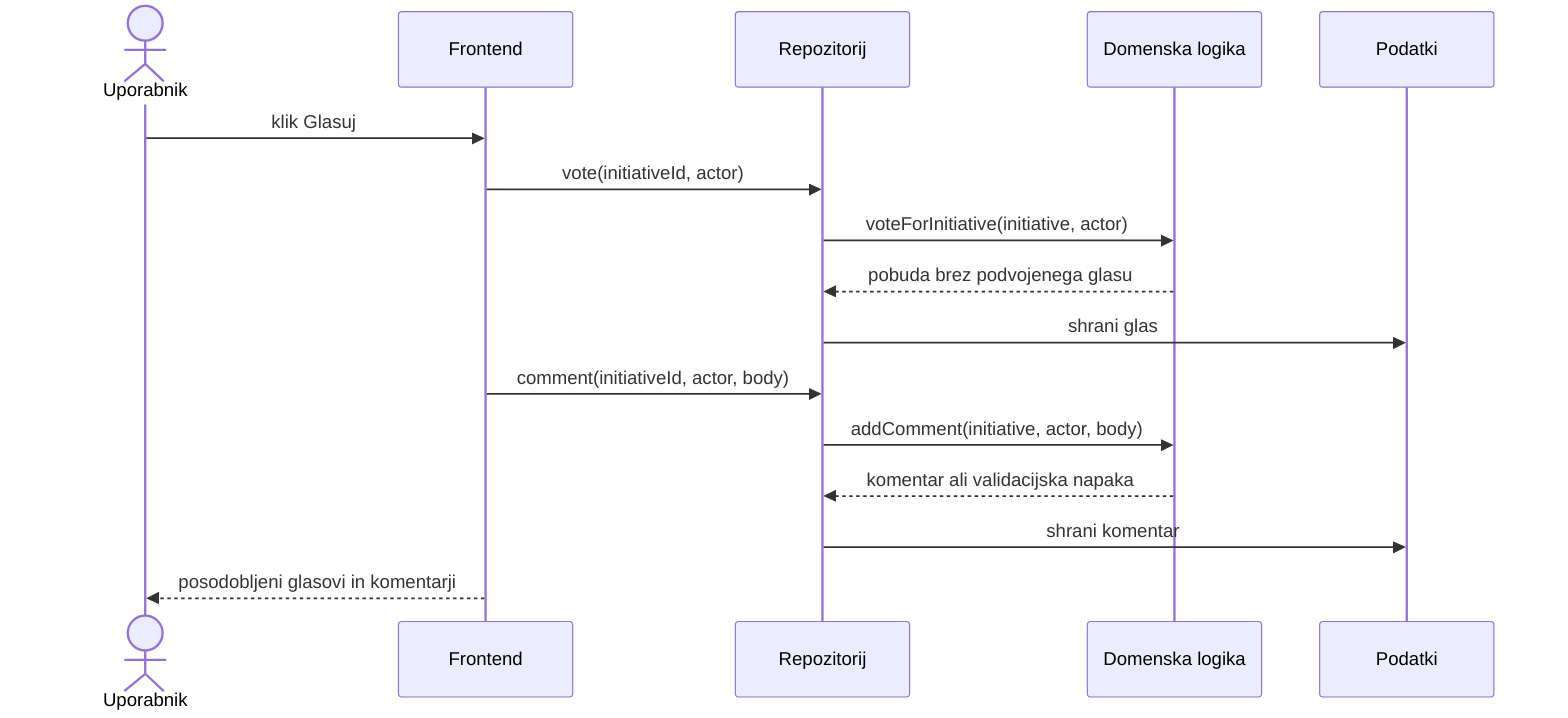
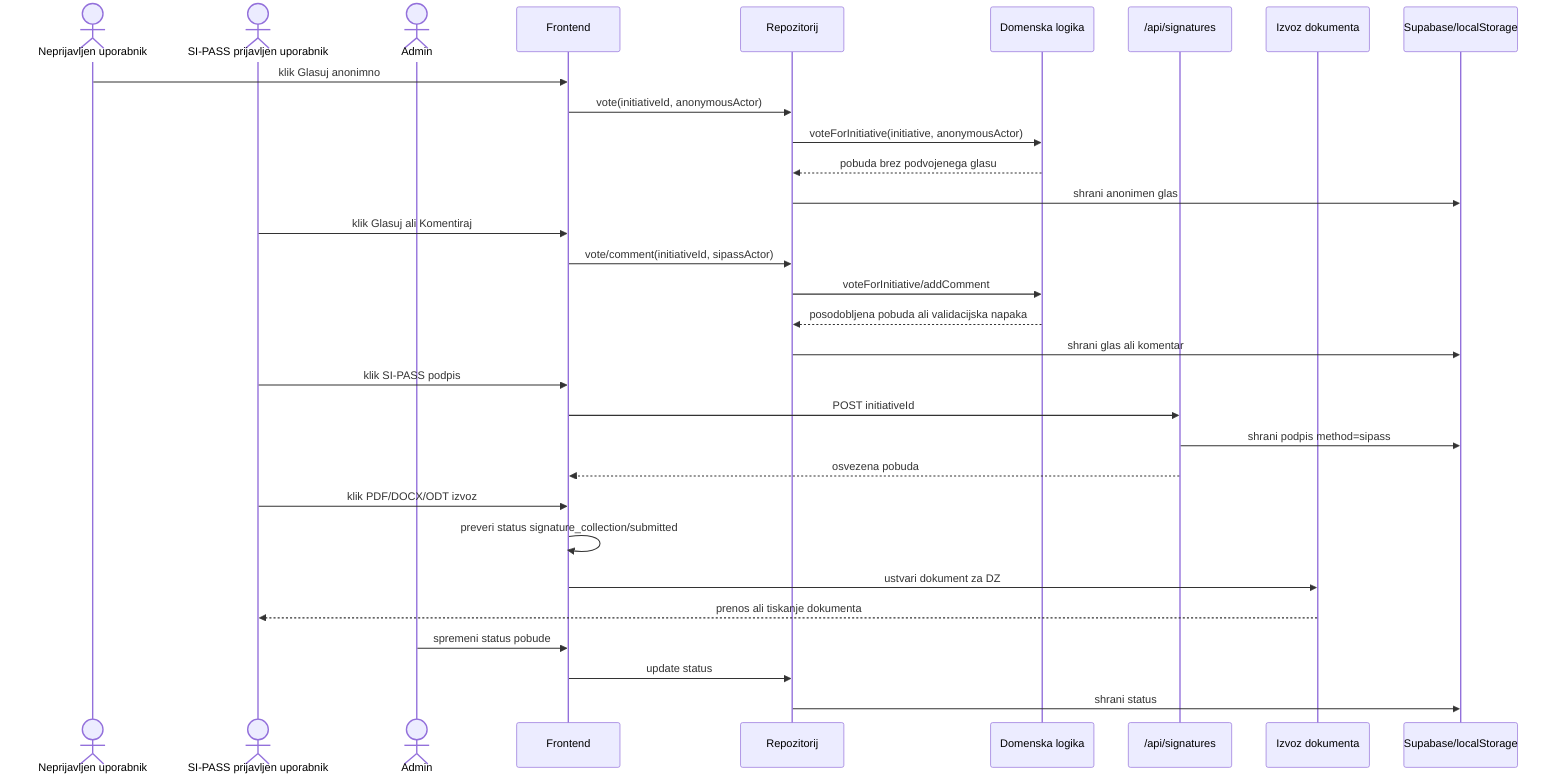
sequenceDiagram
-   actor Uporabnik
+   actor Anonymous as Neprijavljen uporabnik
+   actor Sipass as SI-PASS prijavljen uporabnik
+   actor Admin
  participant UI as Frontend
  participant Repo as Repozitorij
  participant Domain as Domenska logika
-   participant DB as Podatki
+   participant Signatures as /api/signatures
+   participant Export as Izvoz dokumenta
+   participant DB as Supabase/localStorage

-   Uporabnik->>UI: klik Glasuj
-   UI->>Repo: vote(initiativeId, actor)
-   Repo->>Domain: voteForInitiative(initiative, actor)
+   Anonymous->>UI: klik Glasuj anonimno
+   UI->>Repo: vote(initiativeId, anonymousActor)
+   Repo->>Domain: voteForInitiative(initiative, anonymousActor)
  Domain-->>Repo: pobuda brez podvojenega glasu
-   Repo->>DB: shrani glas
-   UI->>Repo: comment(initiativeId, actor, body)
-   Repo->>Domain: addComment(initiative, actor, body)
-   Domain-->>Repo: komentar ali validacijska napaka
-   Repo->>DB: shrani komentar
-   UI-->>Uporabnik: posodobljeni glasovi in komentarji+   Repo->>DB: shrani anonimen glas
+   Sipass->>UI: klik Glasuj ali Komentiraj
+   UI->>Repo: vote/comment(initiativeId, sipassActor)
+   Repo->>Domain: voteForInitiative/addComment
+   Domain-->>Repo: posodobljena pobuda ali validacijska napaka
+   Repo->>DB: shrani glas ali komentar
+   Sipass->>UI: klik SI-PASS podpis
+   UI->>Signatures: POST initiativeId
+   Signatures->>DB: shrani podpis method=sipass
+   Signatures-->>UI: osvezena pobuda
+   Sipass->>UI: klik PDF/DOCX/ODT izvoz
+   UI->>UI: preveri status signature_collection/submitted
+   UI->>Export: ustvari dokument za DZ
+   Export-->>Sipass: prenos ali tiskanje dokumenta
+   Admin->>UI: spremeni status pobude
+   UI->>Repo: update status
+   Repo->>DB: shrani status
